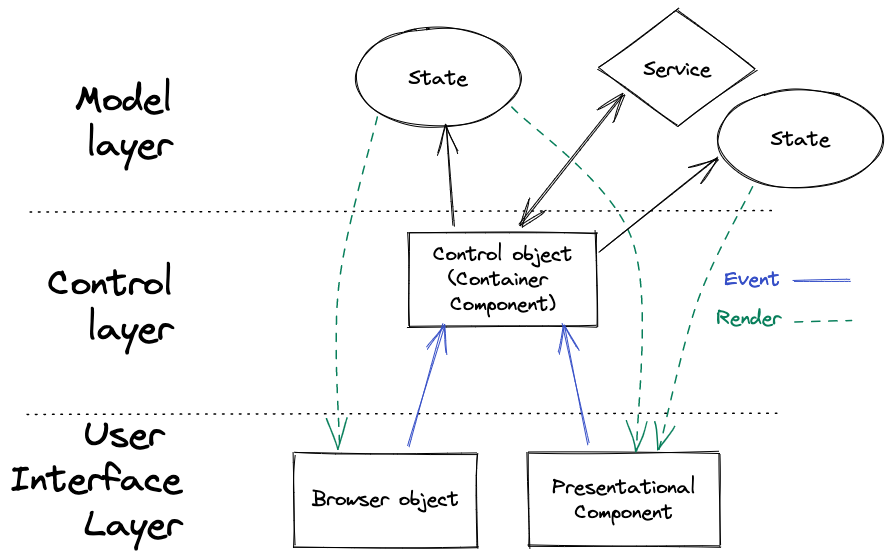
Before: apps/v2/src/content/note/_fsm-and-statechart/ucm-model.excalidraw.png, a diagram exported from Excalidraw (malcolm-kee/malcolm-kee). Source tidied: one line per element, renumbered; positions are measured from the earlier drawing's top-left corner, leaving out a move shared by most shapes.
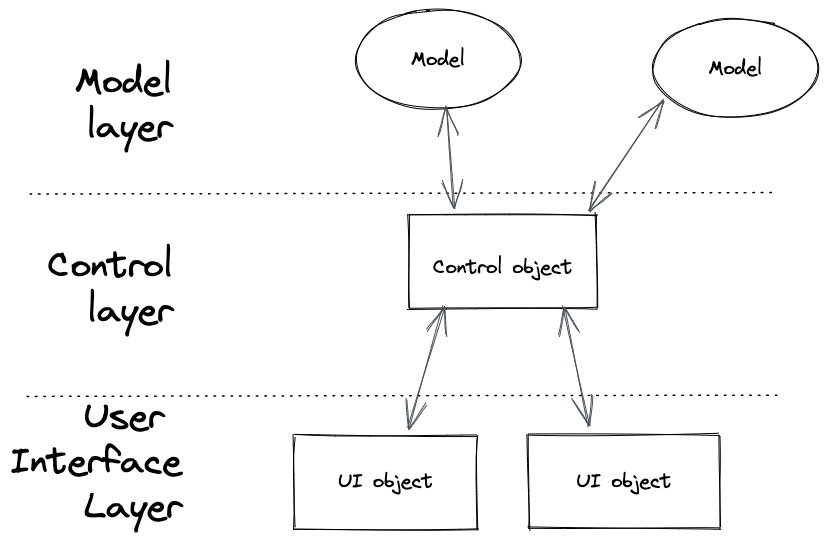
After the change.

Diff of the diagram source:
```diff
@@ -4,26 +4,16 @@
 {"id": 3, "type": "text", "text": "Control\nlayer", "strokeColor": "#000000", "strokeWidth": 1, "strokeStyle": "dotted", "roughness": 1, "fontSize": 36, "fontFamily": 1, "textAlign": "right", "x": 37, "y": 252, "width": 126, "height": 90}
 {"id": 4, "type": "text", "text": "Model\nlayer", "strokeColor": "#000000", "strokeWidth": 1, "strokeStyle": "dotted", "roughness": 1, "fontSize": 36, "fontFamily": 1, "textAlign": "right", "x": 64, "y": 68, "width": 98, "height": 90}
 {"id": 5, "type": "rectangle", "strokeColor": "#000000", "strokeWidth": 1, "roughness": 1, "x": 284, "y": 443, "width": 183, "height": 94}
-{"id": 6, "type": "text", "text": "Browser object", "strokeColor": "#000000", "strokeWidth": 1, "roughness": 1, "fontSize": 20, "fontFamily": 1, "textAlign": "center", "verticalAlign": "middle", "inside": 5, "x": 301, "y": 477, "width": 149, "height": 25}
+{"id": 6, "type": "text", "text": "UI object", "strokeColor": "#000000", "strokeWidth": 1, "roughness": 1, "fontSize": 20, "fontFamily": 1, "textAlign": "center", "verticalAlign": "middle", "inside": 5, "x": 327, "y": 477, "width": 97, "height": 25}
 {"id": 7, "type": "rectangle", "strokeColor": "#000000", "strokeWidth": 1, "roughness": 1, "x": 518, "y": 443, "width": 191, "height": 94}
-{"id": 8, "type": "text", "text": "Presentational\nComponent", "strokeColor": "#000000", "strokeWidth": 1, "roughness": 1, "fontSize": 20, "fontFamily": 1, "textAlign": "center", "verticalAlign": "middle", "inside": 7, "x": 542, "y": 465, "width": 144, "height": 50}
+{"id": 8, "type": "text", "text": "UI object", "strokeColor": "#000000", "strokeWidth": 1, "roughness": 1, "fontSize": 20, "fontFamily": 1, "textAlign": "center", "verticalAlign": "middle", "inside": 7, "x": 565, "y": 477, "width": 97, "height": 25}
 {"id": 9, "type": "rectangle", "strokeColor": "#000000", "strokeWidth": 1, "roughness": 1, "x": 399, "y": 222, "width": 188, "height": 94}
-{"id": 10, "type": "text", "text": "Control object\n(Container \nComponent)", "strokeColor": "#000000", "strokeWidth": 1, "roughness": 1, "fontSize": 20, "fontFamily": 1, "textAlign": "center", "verticalAlign": "middle", "inside": 9, "x": 422, "y": 232, "width": 141, "height": 75}
+{"id": 10, "type": "text", "text": "Control object", "strokeColor": "#000000", "strokeWidth": 1, "roughness": 1, "fontSize": 20, "fontFamily": 1, "textAlign": "center", "verticalAlign": "middle", "inside": 9, "x": 422, "y": 263, "width": 142, "height": 25}
-{"id": 11, "type": "diamond", "strokeColor": "#000000", "strokeWidth": 1, "roughness": 1, "x": 589, "y": 0, "width": 157, "height": 116}
-{"id": 12, "type": "text", "text": "Service", "strokeColor": "#000000", "strokeWidth": 1, "roughness": 1, "fontSize": 20, "fontFamily": 1, "textAlign": "center", "verticalAlign": "middle", "inside": 11, "x": 632, "y": 47, "width": 70, "height": 25}
 {"id": 13, "type": "ellipse", "strokeColor": "#000000", "strokeWidth": 1, "roughness": 1, "x": 346, "y": 18, "width": 165, "height": 99}
-{"id": 14, "type": "text", "text": "State", "strokeColor": "#000000", "strokeWidth": 1, "roughness": 1, "fontSize": 20, "fontFamily": 1, "textAlign": "center", "verticalAlign": "middle", "inside": 13, "x": 398, "y": 56, "width": 61, "height": 25}
+{"id": 14, "type": "text", "text": "Model", "strokeColor": "#000000", "strokeWidth": 1, "roughness": 1, "fontSize": 20, "fontFamily": 1, "textAlign": "center", "verticalAlign": "middle", "inside": 13, "x": 400, "y": 55, "width": 56, "height": 25}
-{"id": 15, "type": "arrow", "strokeColor": "#000000", "strokeWidth": 1, "roughness": 1, "endArrowhead": "arrow", "from": 9, "x": 445, "y": 217, "width": 9, "height": 101, "points": [[0, 0], [-9, -101]]}
+{"id": 15, "type": "arrow", "strokeColor": "#495057", "strokeWidth": 1, "roughness": 1, "startArrowhead": "arrow", "endArrowhead": "arrow", "from": 9, "x": 445, "y": 217, "width": 9, "height": 101, "points": [[0, 0], [-9, -101]]}
-{"id": 16, "type": "arrow", "strokeColor": "#000000", "strokeWidth": 1, "roughness": 1, "startArrowhead": "arrow", "endArrowhead": "arrow", "from": 9, "to": 11, "x": 510, "y": 216, "width": 103, "height": 132, "points": [[0, 0], [103, -132]]}
-{"id": 17, "type": "arrow", "strokeColor": "#364fc7", "strokeWidth": 1, "roughness": 1, "endArrowhead": "arrow", "from": 5, "x": 399, "y": 437, "width": 35, "height": 123, "points": [[0, 0], [35, -123]]}
+{"id": 17, "type": "arrow", "strokeColor": "#495057", "strokeWidth": 1, "roughness": 1, "startArrowhead": "arrow", "endArrowhead": "arrow", "from": 5, "x": 399, "y": 437, "width": 35, "height": 123, "points": [[0, 0], [35, -123]]}
-{"id": 18, "type": "arrow", "strokeColor": "#364fc7", "strokeWidth": 1, "roughness": 1, "endArrowhead": "arrow", "from": 7, "x": 579, "y": 434, "width": 26, "height": 120, "points": [[0, 0], [-26, -120]]}
+{"id": 18, "type": "arrow", "strokeColor": "#495057", "strokeWidth": 1, "roughness": 1, "startArrowhead": "arrow", "endArrowhead": "arrow", "from": 7, "x": 579, "y": 434, "width": 26, "height": 120, "points": [[0, 0], [-26, -120]]}
-{"id": 19, "type": "arrow", "strokeColor": "#087f5b", "strokeWidth": 1, "strokeStyle": "dashed", "roughness": 1, "endArrowhead": "arrow", "from": 13, "to": 5, "x": 368, "y": 108, "width": 39, "height": 330, "points": [[0, 0], [-39, 169], [-39, 330]]}
-{"id": 20, "type": "arrow", "strokeColor": "#087f5b", "strokeWidth": 1, "strokeStyle": "dashed", "roughness": 1, "endArrowhead": "arrow", "from": 13, "to": 7, "x": 501, "y": 98, "width": 124, "height": 342, "points": [[0, 0], [121, 131], [124, 342]]}
-{"id": 21, "type": "text", "text": "Event", "strokeColor": "#364fc7", "strokeWidth": 1, "strokeStyle": "dashed", "roughness": 1, "fontSize": 20, "fontFamily": 1, "textAlign": "right", "x": 712, "y": 257, "width": 58, "height": 25}
-{"id": 22, "type": "line", "strokeColor": "#364fc7", "strokeWidth": 1, "roughness": 1, "x": 784, "y": 271, "width": 56, "height": 0, "points": [[0, 0], [56, 0]]}
-{"id": 23, "type": "text", "text": "Render", "strokeColor": "#087f5b", "strokeWidth": 1, "roughness": 1, "fontSize": 20, "fontFamily": 1, "textAlign": "right", "x": 704, "y": 296, "width": 67, "height": 25}
-{"id": 24, "type": "line", "strokeColor": "#087f5b", "strokeWidth": 1, "strokeStyle": "dashed", "roughness": 1, "x": 785, "y": 311, "width": 56, "height": 0, "points": [[0, 0], [56, 0]]}
-{"id": 25, "type": "ellipse", "strokeColor": "#000000", "strokeWidth": 1, "roughness": 1, "x": 708, "y": 79, "width": 165, "height": 99}
+{"id": 25, "type": "ellipse", "strokeColor": "#000000", "strokeWidth": 1, "roughness": 1, "x": 643, "y": 27, "width": 165, "height": 99}
-{"id": 26, "type": "text", "text": "State", "strokeColor": "#000000", "strokeWidth": 1, "roughness": 1, "fontSize": 20, "fontFamily": 1, "textAlign": "center", "verticalAlign": "middle", "inside": 25, "x": 760, "y": 117, "width": 61, "height": 25}
+{"id": 26, "type": "text", "text": "Model", "strokeColor": "#000000", "strokeWidth": 1, "roughness": 1, "fontSize": 20, "fontFamily": 1, "textAlign": "center", "verticalAlign": "middle", "inside": 25, "x": 697, "y": 64, "width": 56, "height": 25}
-{"id": 27, "type": "arrow", "strokeColor": "#000000", "strokeWidth": 1, "roughness": 1, "endArrowhead": "arrow", "from": 9, "to": 25, "x": 590, "y": 243, "width": 118, "height": 95, "points": [[0, 0], [118, -95]]}
+{"id": 27, "type": "arrow", "strokeColor": "#495057", "strokeWidth": 1, "roughness": 1, "startArrowhead": "arrow", "endArrowhead": "arrow", "from": 9, "to": 25, "x": 579, "y": 219, "width": 74, "height": 112, "points": [[0, 0], [74, -112]]}
-{"id": 28, "type": "arrow", "strokeColor": "#087f5b", "strokeWidth": 1, "strokeStyle": "dashed", "roughness": 1, "endArrowhead": "arrow", "from": 25, "to": 7, "x": 744, "y": 177, "width": 95, "height": 263, "points": [[0, 0], [-57, 113], [-95, 263]]}
```
